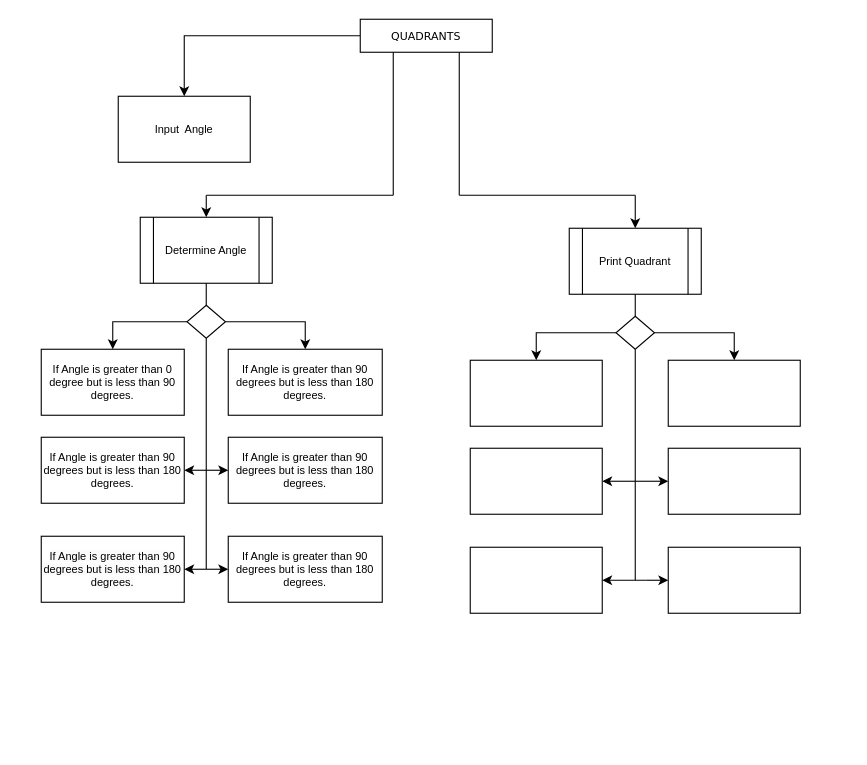
AmawNiZy/Assignments keeps this draw.io diagram as Project55_StructureChart.drawio. Above is the earlier version. Source tidied: cells renumbered, new cells numbered last; positions are measured from the earlier drawing's top-left corner, leaving out a move shared by most shapes. Both pictures are drawn from the tidied source at 110%, with x=0, y=0 at pixel (41, 19).
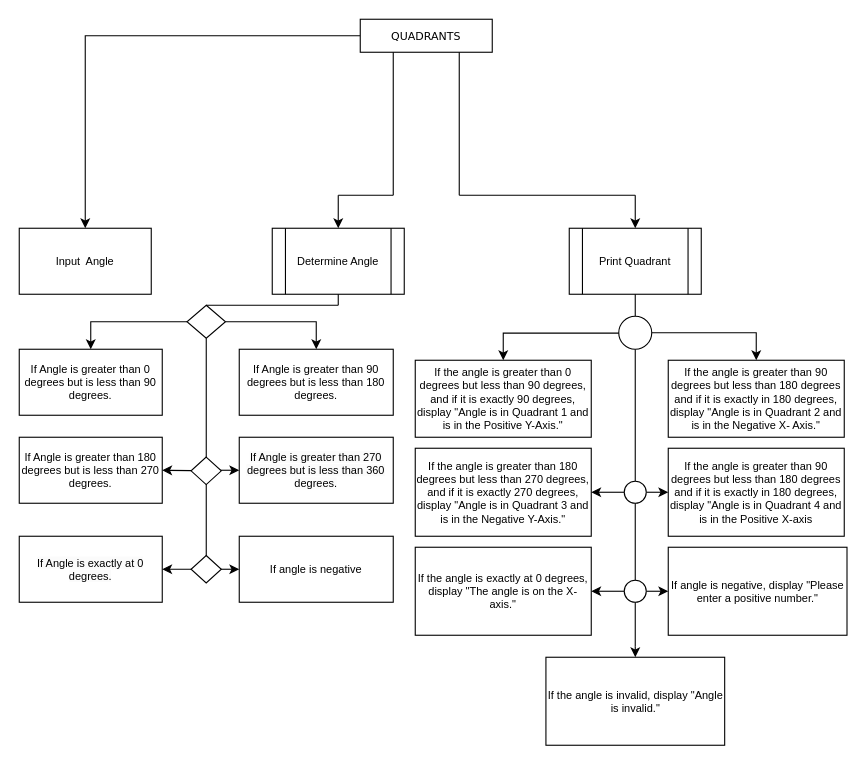
The same page after the edit.

Unchanged cells that the change refers to:
```xml
<mxCell id="8" style="rhombus;whiteSpace=wrap;html=1;fontSize=10;" parent="1" vertex="1">
  <mxGeometry x="132.5" y="260" width="35" height="30" as="geometry" />
</mxCell>
<mxCell id="25" value="Print Quadrant" style="shape=process;whiteSpace=wrap;html=1;backgroundOutline=1;fontSize=10;" parent="1" vertex="1">
  <mxGeometry x="480" y="190" width="120" height="60" as="geometry" />
</mxCell>
```

What changed in the source:
```diff
@@
     <mxCell id="4" value="Input&amp;nbsp; Angle" style="rounded=0;whiteSpace=wrap;html=1;fontSize=10;" parent="1" vertex="1">
-      <mxGeometry x="70" y="70" width="120" height="60" as="geometry" />
+      <mxGeometry x="-20" y="190" width="120" height="60" as="geometry" />
     </mxCell>
     <mxCell id="5" value="Determine Angle" style="shape=process;whiteSpace=wrap;html=1;backgroundOutline=1;fontSize=10;" parent="1" vertex="1">
-      <mxGeometry x="90" y="180" width="120" height="60" as="geometry" />
+      <mxGeometry x="210" y="190" width="120" height="60" as="geometry" />
     </mxCell>
@@
-    <mxCell id="9" style="endArrow=none;html=1;rounded=0;exitX=0.5;exitY=0;exitDx=0;exitDy=0;entryX=0.5;entryY=1;entryDx=0;entryDy=0;fontSize=10;" parent="1" edge="1" source="8" target="5">
-      <mxGeometry relative="1" as="geometry" />
+    <mxCell id="9" style="endArrow=none;html=1;rounded=0;exitX=0.5;exitY=0;exitDx=0;exitDy=0;fontSize=10;" parent="1" edge="1" source="8">
+      <mxGeometry relative="1" as="geometry">
+        <mxPoint x="270" y="260" as="targetPoint" />
+      </mxGeometry>
     </mxCell>
-    <mxCell id="10" value="&lt;span style=&quot;color: rgb(0, 0, 0); font-family: Helvetica; font-size: 10px; font-style: normal; font-variant-ligatures: normal; font-variant-caps: normal; font-weight: 400; letter-spacing: normal; orphans: 2; text-align: center; text-indent: 0px; text-transform: none; widows: 2; word-spacing: 0px; -webkit-text-stroke-width: 0px; background-color: rgb(251, 251, 251); text-decoration-thickness: initial; text-decoration-style: initial; text-decoration-color: initial; float: none; display: inline !important;&quot;&gt;If Angle is greater than 90 degrees but is less than 180 degrees.&lt;/span&gt;&lt;br&gt;" style="rounded=0;whiteSpace=wrap;html=1;fontSize=10;" parent="1" vertex="1">
-      <mxGeometry y="470" width="130" height="60" as="geometry" />
+    <mxCell id="10" value="&lt;span style=&quot;color: rgb(0, 0, 0); font-family: Helvetica; font-size: 10px; font-style: normal; font-variant-ligatures: normal; font-variant-caps: normal; font-weight: 400; letter-spacing: normal; orphans: 2; text-align: center; text-indent: 0px; text-transform: none; widows: 2; word-spacing: 0px; -webkit-text-stroke-width: 0px; background-color: rgb(251, 251, 251); text-decoration-thickness: initial; text-decoration-style: initial; text-decoration-color: initial; float: none; display: inline !important;&quot;&gt;If Angle is exactly at 0 degrees.&lt;/span&gt;" style="rounded=0;whiteSpace=wrap;html=1;fontSize=10;" parent="1" vertex="1">
+      <mxGeometry x="-20" y="470" width="130" height="60" as="geometry" />
     </mxCell>
-    <mxCell id="11" value="If Angle is greater than 90 degrees but is less than 180 degrees." style="rounded=0;whiteSpace=wrap;html=1;fontSize=10;" parent="1" vertex="1">
-      <mxGeometry x="170" y="470" width="140" height="60" as="geometry" />
+    <mxCell id="11" value="If angle is negative" style="rounded=0;whiteSpace=wrap;html=1;fontSize=10;" parent="1" vertex="1">
+      <mxGeometry x="180" y="470" width="140" height="60" as="geometry" />
     </mxCell>
     <mxCell id="12" value="&lt;font style=&quot;font-size: 10px;&quot;&gt;If Angle is greater than 90 degrees but is less than 180 degrees.&lt;/font&gt;" style="rounded=0;whiteSpace=wrap;html=1;fontSize=10;" parent="1" vertex="1">
-      <mxGeometry x="170" y="300" width="140" height="60" as="geometry" />
+      <mxGeometry x="180" y="300" width="140" height="60" as="geometry" />
     </mxCell>
-    <mxCell id="13" value="&lt;span style=&quot;color: rgb(0, 0, 0); font-family: Helvetica; font-size: 10px; font-style: normal; font-variant-ligatures: normal; font-variant-caps: normal; font-weight: 400; letter-spacing: normal; orphans: 2; text-align: center; text-indent: 0px; text-transform: none; widows: 2; word-spacing: 0px; -webkit-text-stroke-width: 0px; background-color: rgb(251, 251, 251); text-decoration-thickness: initial; text-decoration-style: initial; text-decoration-color: initial; float: none; display: inline !important;&quot;&gt;If Angle is greater than 90 degrees but is less than 180 degrees.&lt;/span&gt;&lt;br&gt;" style="rounded=0;whiteSpace=wrap;html=1;fontSize=10;" parent="1" vertex="1">
-      <mxGeometry x="170" y="380" width="140" height="60" as="geometry" />
+    <mxCell id="13" value="&lt;span style=&quot;color: rgb(0, 0, 0); font-family: Helvetica; font-size: 10px; font-style: normal; font-variant-ligatures: normal; font-variant-caps: normal; font-weight: 400; letter-spacing: normal; orphans: 2; text-align: center; text-indent: 0px; text-transform: none; widows: 2; word-spacing: 0px; -webkit-text-stroke-width: 0px; background-color: rgb(251, 251, 251); text-decoration-thickness: initial; text-decoration-style: initial; text-decoration-color: initial; float: none; display: inline !important;&quot;&gt;If Angle is greater than 270 degrees but is less than 360 degrees.&lt;/span&gt;" style="rounded=0;whiteSpace=wrap;html=1;fontSize=10;" parent="1" vertex="1">
+      <mxGeometry x="180" y="380" width="140" height="60" as="geometry" />
     </mxCell>
-    <mxCell id="14" value="If Angle is greater than 90 degrees but is less than 180 degrees." style="rounded=0;whiteSpace=wrap;html=1;fontSize=10;" parent="1" vertex="1">
-      <mxGeometry y="380" width="130" height="60" as="geometry" />
+    <mxCell id="14" value="If Angle is greater than 180 degrees but is less than 270 degrees." style="rounded=0;whiteSpace=wrap;html=1;fontSize=10;" parent="1" vertex="1">
+      <mxGeometry x="-20" y="380" width="130" height="60" as="geometry" />
     </mxCell>
-    <mxCell id="15" value="If Angle is greater than 0 degree but is less than 90 degrees." style="rounded=0;whiteSpace=wrap;html=1;fontSize=10;" parent="1" vertex="1">
-      <mxGeometry y="300" width="130" height="60" as="geometry" />
+    <mxCell id="15" value="If Angle is greater than 0 degrees but is less than 90 degrees." style="rounded=0;whiteSpace=wrap;html=1;fontSize=10;" parent="1" vertex="1">
+      <mxGeometry x="-20" y="300" width="130" height="60" as="geometry" />
     </mxCell>
@@
     <mxCell id="17" style="endArrow=none;html=1;rounded=0;fontSize=10;" parent="1" edge="1">
       <mxGeometry relative="1" as="geometry">
-        <mxPoint x="150" y="160" as="sourcePoint" />
+        <mxPoint x="270" y="160" as="sourcePoint" />
         <mxPoint x="320" y="160" as="targetPoint" />
       </mxGeometry>
     </mxCell>
     <mxCell id="18" style="endArrow=classic;html=1;rounded=0;entryX=0.5;entryY=0;entryDx=0;entryDy=0;fontSize=10;" parent="1" edge="1" target="5">
       <mxGeometry relative="1" as="geometry">
-        <mxPoint x="150" y="160" as="sourcePoint" />
+        <mxPoint x="270" y="160" as="sourcePoint" />
       </mxGeometry>
     </mxCell>
@@
-    <mxCell id="22" style="endArrow=classic;html=1;rounded=0;entryX=1;entryY=0.5;entryDx=0;entryDy=0;fontSize=10;" parent="1" edge="1" target="14">
-      <mxGeometry relative="1" as="geometry">
-        <mxPoint x="150" y="410" as="sourcePoint" />
-      </mxGeometry>
+    <mxCell id="22" style="endArrow=classic;html=1;rounded=0;entryX=1;entryY=0.5;entryDx=0;entryDy=0;fontSize=10;" parent="1" edge="1" source="53" target="14">
+      <mxGeometry relative="1" as="geometry" />
     </mxCell>
@@
-    <mxCell id="26" style="edgeStyle=orthogonalEdgeStyle;rounded=0;jettySize=auto;html=1;fontSize=10;" parent="1" edge="1" source="28" target="34">
+    <mxCell id="26" style="edgeStyle=orthogonalEdgeStyle;rounded=0;jettySize=auto;html=1;fontSize=10;exitX=0.078;exitY=0.511;exitDx=0;exitDy=0;exitPerimeter=0;" parent="1" edge="1" source="50" target="34">
       <mxGeometry relative="1" as="geometry" />
     </mxCell>
-    <mxCell id="27" style="edgeStyle=orthogonalEdgeStyle;rounded=0;jettySize=auto;html=1;fontSize=10;" parent="1" edge="1" source="28" target="31">
+    <mxCell id="27" style="edgeStyle=orthogonalEdgeStyle;rounded=0;jettySize=auto;html=1;fontSize=10;" parent="1" edge="1" source="50" target="31">
       <mxGeometry relative="1" as="geometry" />
     </mxCell>
-    <mxCell id="28" style="rhombus;whiteSpace=wrap;html=1;fontSize=10;" parent="1" vertex="1">
-      <mxGeometry x="522.5" y="270" width="35" height="30" as="geometry" />
-    </mxCell>
-    <mxCell id="29" style="rounded=0;whiteSpace=wrap;html=1;fontSize=10;" parent="1" vertex="1">
-      <mxGeometry x="390" y="480" width="120" height="60" as="geometry" />
+    <mxCell id="29" value="If the angle is exactly at 0 degrees, display &quot;The angle is on the X-axis.&quot;" style="rounded=0;whiteSpace=wrap;html=1;fontSize=10;" parent="1" vertex="1">
+      <mxGeometry x="340" y="480" width="160" height="80" as="geometry" />
     </mxCell>
-    <mxCell id="30" style="rounded=0;whiteSpace=wrap;html=1;fontSize=10;" parent="1" vertex="1">
-      <mxGeometry x="570" y="480" width="120" height="60" as="geometry" />
+    <mxCell id="30" value="If angle is negative, display &quot;Please enter a positive number.&quot;" style="rounded=0;whiteSpace=wrap;html=1;fontSize=10;" parent="1" vertex="1">
+      <mxGeometry x="570" y="480" width="162.5" height="80" as="geometry" />
     </mxCell>
-    <mxCell id="31" style="rounded=0;whiteSpace=wrap;html=1;fontSize=10;" parent="1" vertex="1">
-      <mxGeometry x="570" y="310" width="120" height="60" as="geometry" />
+    <mxCell id="31" value="If the angle is greater than 90 degrees but less than 180 degrees and if it is exactly in 180 degrees, display &quot;Angle is in Quadrant 2 and is in the Negative X- Axis.&quot;" style="rounded=0;whiteSpace=wrap;html=1;fontSize=10;" parent="1" vertex="1">
+      <mxGeometry x="570" y="310" width="160" height="70" as="geometry" />
     </mxCell>
-    <mxCell id="32" style="rounded=0;whiteSpace=wrap;html=1;fontSize=10;" parent="1" vertex="1">
-      <mxGeometry x="570" y="390" width="120" height="60" as="geometry" />
+    <mxCell id="32" value="If the angle is greater than 90 degrees but less than 180 degrees and if it is exactly in 180 degrees, display &quot;Angle is in Quadrant 4 and is in the Positive X-axis" style="rounded=0;whiteSpace=wrap;html=1;fontSize=10;" parent="1" vertex="1">
+      <mxGeometry x="570" y="390" width="160" height="80" as="geometry" />
     </mxCell>
-    <mxCell id="33" style="rounded=0;whiteSpace=wrap;html=1;fontSize=10;" parent="1" vertex="1">
-      <mxGeometry x="390" y="390" width="120" height="60" as="geometry" />
+    <mxCell id="33" value="If the angle is greater than 180 degrees but less than 270 degrees, and if it is exactly 270 degrees, display &quot;Angle is in Quadrant 3 and is in the Negative Y-Axis.&quot;" style="rounded=0;whiteSpace=wrap;html=1;fontSize=10;" parent="1" vertex="1">
+      <mxGeometry x="340" y="390" width="160" height="80" as="geometry" />
     </mxCell>
-    <mxCell id="34" style="rounded=0;whiteSpace=wrap;html=1;fontSize=10;" parent="1" vertex="1">
-      <mxGeometry x="390" y="310" width="120" height="60" as="geometry" />
+    <mxCell id="34" value="If the angle is greater than 0 degrees but less than 90 degrees, and if it is exactly 90 degrees, display &quot;Angle is in Quadrant 1 and is in the Positive Y-Axis.&quot;" style="rounded=0;whiteSpace=wrap;html=1;fontSize=10;" parent="1" vertex="1">
+      <mxGeometry x="340" y="310" width="160" height="70" as="geometry" />
     </mxCell>
-    <mxCell id="35" style="endArrow=none;html=1;rounded=0;entryX=0.5;entryY=1;entryDx=0;entryDy=0;fontSize=10;" parent="1" edge="1" target="28">
+    <mxCell id="35" style="endArrow=none;html=1;rounded=0;entryX=0.5;entryY=1;entryDx=0;entryDy=0;fontSize=10;" parent="1" edge="1">
       <mxGeometry relative="1" as="geometry">
-        <mxPoint x="540" y="510" as="sourcePoint" />
+        <mxPoint x="540" y="420" as="sourcePoint" />
+        <mxPoint x="540" y="300" as="targetPoint" />
       </mxGeometry>
     </mxCell>
     <mxCell id="36" style="endArrow=classic;html=1;rounded=0;entryX=0;entryY=0.5;entryDx=0;entryDy=0;fontSize=10;" parent="1" edge="1" target="32">
       <mxGeometry relative="1" as="geometry">
-        <mxPoint x="540" y="420" as="sourcePoint" />
+        <mxPoint x="550" y="430" as="sourcePoint" />
       </mxGeometry>
     </mxCell>
     <mxCell id="37" style="endArrow=classic;html=1;rounded=0;entryX=1;entryY=0.5;entryDx=0;entryDy=0;fontSize=10;" parent="1" edge="1" target="33">
       <mxGeometry relative="1" as="geometry">
-        <mxPoint x="540" y="420" as="sourcePoint" />
+        <mxPoint x="530" y="430" as="sourcePoint" />
       </mxGeometry>
     </mxCell>
     <mxCell id="38" style="endArrow=classic;html=1;rounded=0;entryX=0;entryY=0.5;entryDx=0;entryDy=0;fontSize=10;" parent="1" edge="1" target="30">
       <mxGeometry relative="1" as="geometry">
-        <mxPoint x="550" y="510" as="sourcePoint" />
+        <mxPoint x="550" y="520" as="sourcePoint" />
       </mxGeometry>
     </mxCell>
     <mxCell id="39" style="endArrow=classic;html=1;rounded=0;entryX=1;entryY=0.5;entryDx=0;entryDy=0;fontSize=10;" parent="1" edge="1" target="29">
       <mxGeometry relative="1" as="geometry">
-        <mxPoint x="550" y="510" as="sourcePoint" />
+        <mxPoint x="530" y="520" as="sourcePoint" />
       </mxGeometry>
     </mxCell>
-    <mxCell id="40" style="endArrow=none;html=1;rounded=0;entryX=0.5;entryY=1;entryDx=0;entryDy=0;exitX=0.5;exitY=0;exitDx=0;exitDy=0;fontSize=10;" parent="1" edge="1" source="28" target="25">
-      <mxGeometry relative="1" as="geometry" />
+    <mxCell id="40" style="endArrow=none;html=1;rounded=0;entryX=0.5;entryY=1;entryDx=0;entryDy=0;exitX=0.5;exitY=0;exitDx=0;exitDy=0;fontSize=10;" parent="1" edge="1" target="25">
+      <mxGeometry relative="1" as="geometry">
+        <mxPoint x="540" y="270" as="sourcePoint" />
+      </mxGeometry>
     </mxCell>
@@
+    <mxCell id="43" style="endArrow=none;html=1;rounded=0;fontSize=10;entryX=0.5;entryY=1;entryDx=0;entryDy=0;" parent="1" edge="1" target="5">
+      <mxGeometry relative="1" as="geometry">
+        <mxPoint x="270" y="260" as="sourcePoint" />
+      </mxGeometry>
+    </mxCell>
+    <mxCell id="44" value="If the angle is invalid, display &quot;Angle is invalid.&quot;" style="rounded=0;whiteSpace=wrap;html=1;fontSize=10;" parent="1" vertex="1">
+      <mxGeometry x="458.8" y="580" width="162.5" height="80" as="geometry" />
+    </mxCell>
+    <mxCell id="45" style="endArrow=classic;html=1;rounded=0;entryX=0.5;entryY=0;entryDx=0;entryDy=0;fontSize=10;exitX=0.5;exitY=1;exitDx=0;exitDy=0;" parent="1" edge="1" target="44">
+      <mxGeometry relative="1" as="geometry">
+        <mxPoint x="540" y="570" as="sourcePoint" />
+      </mxGeometry>
+    </mxCell>
+    <mxCell id="46" style="ellipse;whiteSpace=wrap;html=1;" parent="1" vertex="1">
+      <mxGeometry x="530" y="420" width="20" height="20" as="geometry" />
+    </mxCell>
+    <mxCell id="47" style="ellipse;whiteSpace=wrap;html=1;" parent="1" vertex="1">
+      <mxGeometry x="530" y="510" width="20" height="20" as="geometry" />
+    </mxCell>
+    <mxCell id="48" style="endArrow=none;html=1;rounded=0;entryX=0.5;entryY=1;entryDx=0;entryDy=0;fontSize=10;exitX=0.5;exitY=0;exitDx=0;exitDy=0;" parent="1" edge="1" source="47" target="46">
+      <mxGeometry relative="1" as="geometry" />
+    </mxCell>
+    <mxCell id="49" style="endArrow=none;html=1;rounded=0;entryX=0.5;entryY=1;entryDx=0;entryDy=0;fontSize=10;" parent="1" edge="1" target="47">
+      <mxGeometry relative="1" as="geometry">
+        <mxPoint x="540" y="570" as="sourcePoint" />
+      </mxGeometry>
+    </mxCell>
+    <mxCell id="50" style="ellipse;whiteSpace=wrap;html=1;" parent="1" vertex="1">
+      <mxGeometry x="525" y="270" width="30" height="30" as="geometry" />
+    </mxCell>
+    <mxCell id="51" style="rhombus;whiteSpace=wrap;html=1;fontSize=10;" parent="1" vertex="1">
+      <mxGeometry x="136.2" y="487.5" width="27.5" height="25" as="geometry" />
+    </mxCell>
+    <mxCell id="52" style="endArrow=classic;html=1;rounded=0;entryX=1;entryY=0.5;entryDx=0;entryDy=0;fontSize=10;" parent="1" edge="1" target="53">
+      <mxGeometry relative="1" as="geometry">
+        <mxPoint x="150" y="410" as="sourcePoint" />
+      </mxGeometry>
+    </mxCell>
+    <mxCell id="53" style="rhombus;whiteSpace=wrap;html=1;fontSize=10;" parent="1" vertex="1">
+      <mxGeometry x="136.2" y="398" width="27.5" height="25" as="geometry" />
+    </mxCell>
```
